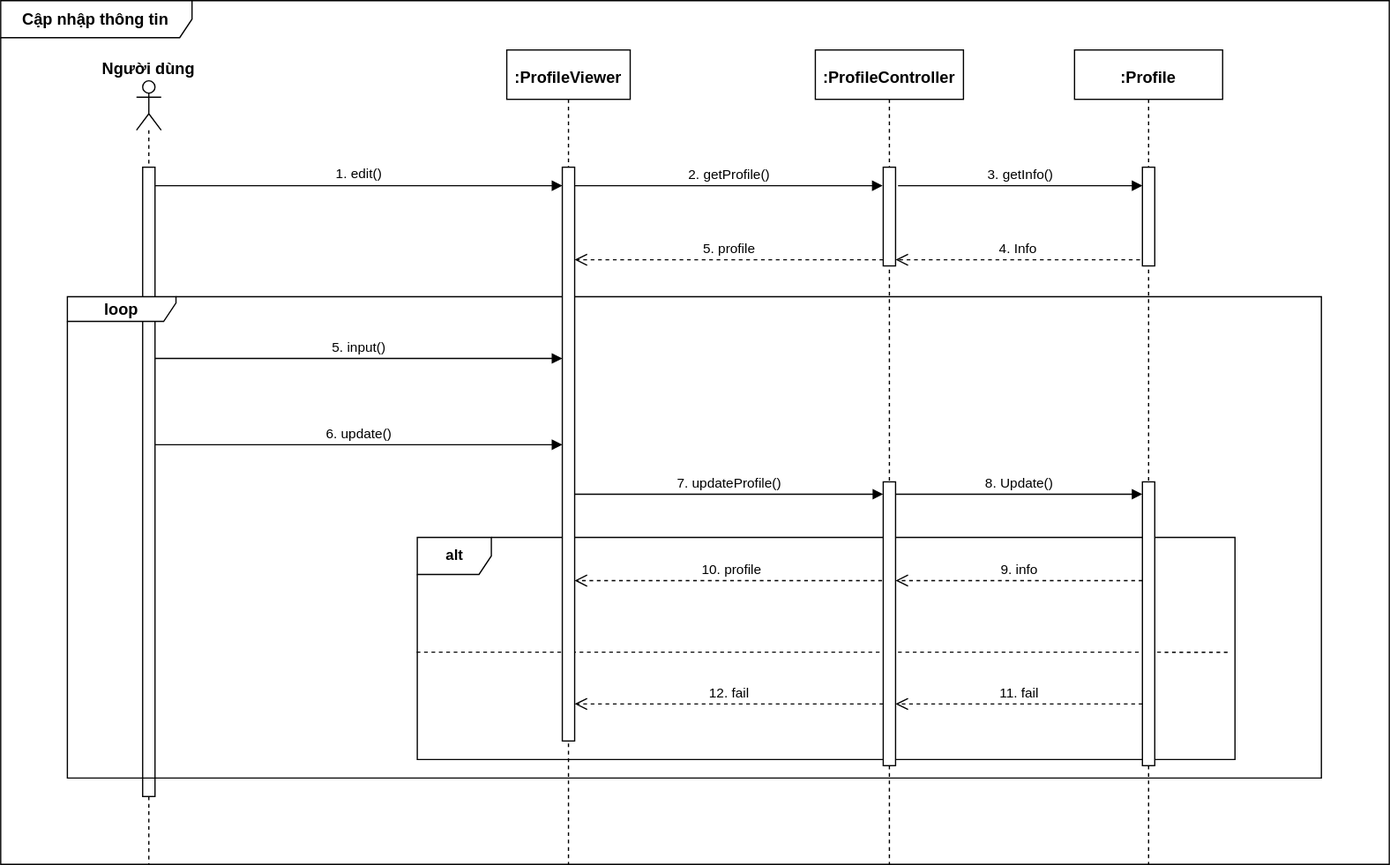
The draw.io diagram DiemDanh_2/CapNhatThongTin.drawio.svg in minh071289/AI_system, before a commit. Source tidied: cells renumbered, new cells last; positions are measured from the earlier drawing's top-left corner, leaving out a move shared by most shapes.
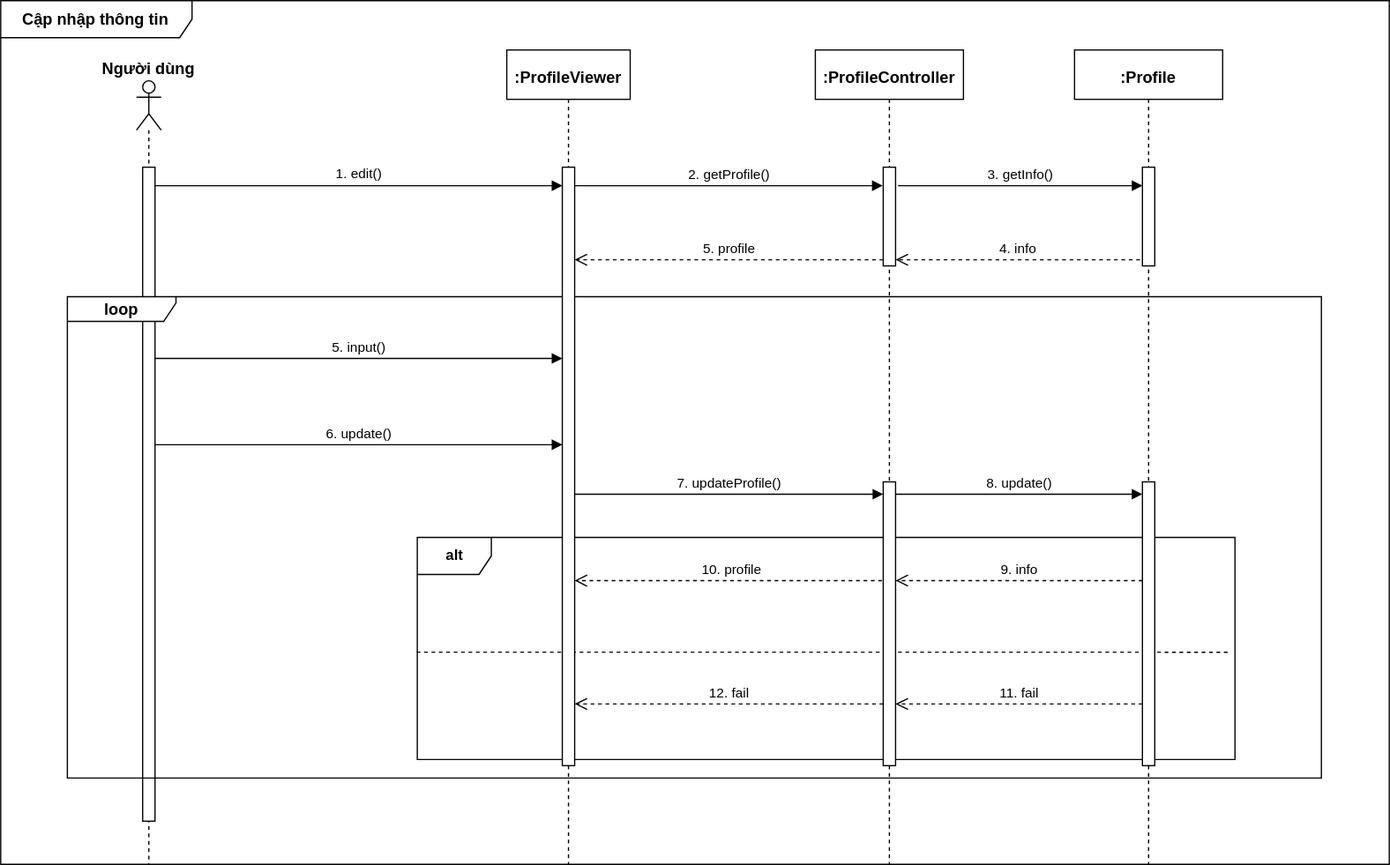
Later version of the same file.

The edit, as a diff of the source:
```diff
@@ -9,7 +9,7 @@
       <mxGeometry x="110" y="65" width="20" height="635" as="geometry" />
     </mxCell>
     <mxCell id="4" style="html=1;perimeter=orthogonalPerimeter;targetShapes=umlLifeline;newEdgeStyle={&quot;curved&quot;:0,&quot;rounded&quot;:0};fontSize=13;" parent="3" vertex="1">
-      <mxGeometry x="5" y="70" width="10" height="510" as="geometry" />
+      <mxGeometry x="5" y="70" width="10" height="530" as="geometry" />
     </mxCell>
     <mxCell id="5" value="&lt;span style=&quot;text-wrap-mode: nowrap;&quot;&gt;Người dùng&lt;/span&gt;" style="text;strokeColor=none;align=center;fillColor=none;html=1;verticalAlign=middle;whiteSpace=wrap;rounded=0;fontSize=13;fontStyle=1;" parent="1" vertex="1">
       <mxGeometry x="90" y="40" width="60" height="30" as="geometry" />
@@ -73,12 +73,12 @@
         <mxPoint x="727" y="150" as="sourcePoint" />
       </mxGeometry>
     </mxCell>
-    <mxCell id="19" value="4. Info" style="html=1;verticalAlign=bottom;endArrow=open;dashed=1;endSize=8;curved=0;rounded=0;entryX=1;entryY=1;entryDx=0;entryDy=-5;entryPerimeter=0;" parent="1" edge="1" target="25">
+    <mxCell id="19" value="4. info" style="html=1;verticalAlign=bottom;endArrow=open;dashed=1;endSize=8;curved=0;rounded=0;entryX=1;entryY=1;entryDx=0;entryDy=-5;entryPerimeter=0;" parent="1" edge="1" target="25">
       <mxGeometry relative="1" as="geometry">
         <mxPoint x="923" y="210" as="sourcePoint" />
       </mxGeometry>
     </mxCell>
-    <mxCell id="20" value="8. Update()" style="html=1;verticalAlign=bottom;endArrow=block;curved=0;rounded=0;entryX=0;entryY=0;entryDx=0;entryDy=5;entryPerimeter=0;" parent="1" edge="1">
+    <mxCell id="20" value="8. update()" style="html=1;verticalAlign=bottom;endArrow=block;curved=0;rounded=0;entryX=0;entryY=0;entryDx=0;entryDy=5;entryPerimeter=0;" parent="1" edge="1">
       <mxGeometry relative="1" as="geometry">
         <mxPoint x="725" y="400" as="sourcePoint" />
         <mxPoint x="925" y="400" as="targetPoint" />
@@ -119,7 +119,7 @@
       <mxGeometry x="410" y="40" width="100" height="660" as="geometry" />
     </mxCell>
     <mxCell id="29" style="html=1;points=[[0,0,0,0,5],[0,1,0,0,-5],[1,0,0,0,5],[1,1,0,0,-5]];perimeter=orthogonalPerimeter;outlineConnect=0;targetShapes=umlLifeline;portConstraint=eastwest;newEdgeStyle={&quot;curved&quot;:0,&quot;rounded&quot;:0};fontSize=13;" parent="28" vertex="1">
-      <mxGeometry x="45" y="95" width="10" height="465" as="geometry" />
+      <mxGeometry x="45" y="95" width="10" height="485" as="geometry" />
     </mxCell>
   </root>
 </mxGraphModel>
```
